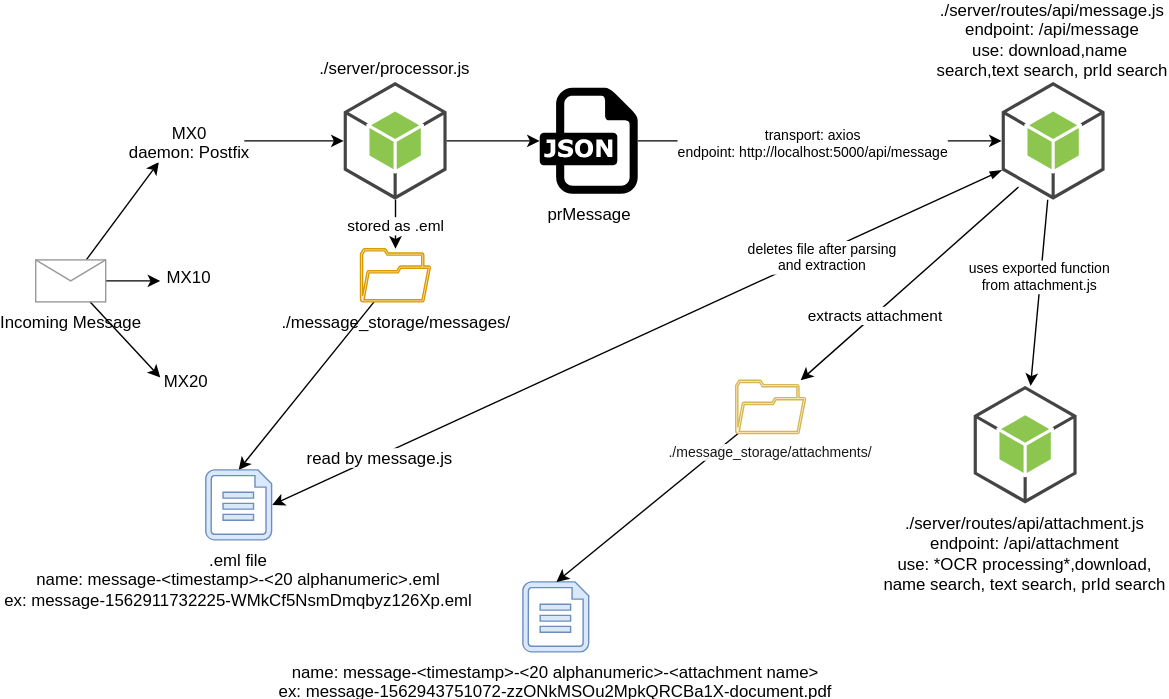
Above: mail-flow.svg in treestarsystems/postReceive (draw.io), before the change. Source tidied: cells renumbered, new cells last; positions are measured from the earlier drawing's top-left corner, leaving out a move shared by most shapes.
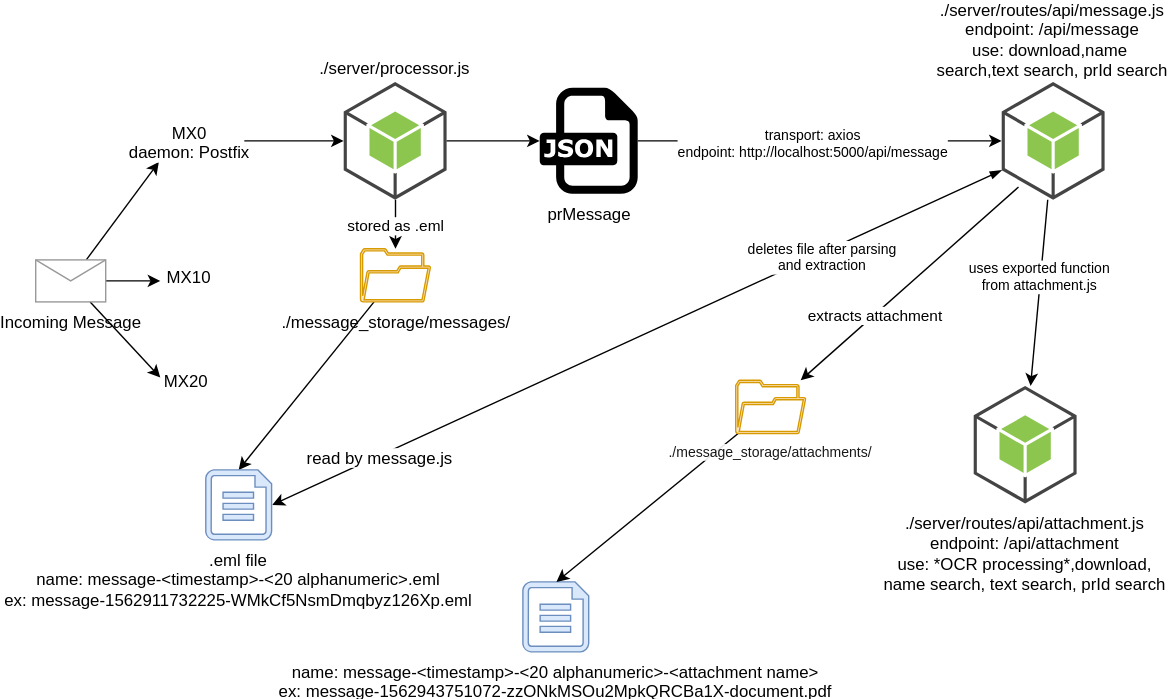
After the commit.

Change to the diagram source:
```diff
@@ -73,7 +73,7 @@
     <mxCell id="22" style="rounded=0;jettySize=auto;html=1;entryX=0.5;entryY=0;entryDx=0;entryDy=0;entryPerimeter=0;" parent="1" edge="1" source="23" target="21">
       <mxGeometry relative="1" as="geometry" />
     </mxCell>
-    <mxCell id="23" value="./message_storage/attachments/" style="shadow=0;dashed=0;labelPosition=center;verticalLabelPosition=bottom;verticalAlign=top;align=center;outlineConnect=0;shape=mxgraph.vvd.folder;fontSize=10;fillColor=#fff2cc;strokeColor=#d6b656;textOpacity=90;whiteSpace=wrap;labelBackgroundColor=#ffffff;labelBorderColor=none;html=1;" parent="1" vertex="1">
+    <mxCell id="23" value="./message_storage/attachments/" style="shadow=0;dashed=0;labelPosition=center;verticalLabelPosition=bottom;verticalAlign=top;align=center;outlineConnect=0;shape=mxgraph.vvd.folder;fontSize=10;fillColor=#FFE6CC;strokeColor=#D79B00;textOpacity=90;whiteSpace=wrap;labelBackgroundColor=#ffffff;labelBorderColor=none;html=1;" parent="1" vertex="1">
       <mxGeometry x="500" y="213" width="50" height="38" as="geometry" />
     </mxCell>
     <mxCell id="24" style="edgeStyle=orthogonalEdgeStyle;rounded=0;jettySize=auto;html=1;" parent="1" edge="1" target="9">
```
